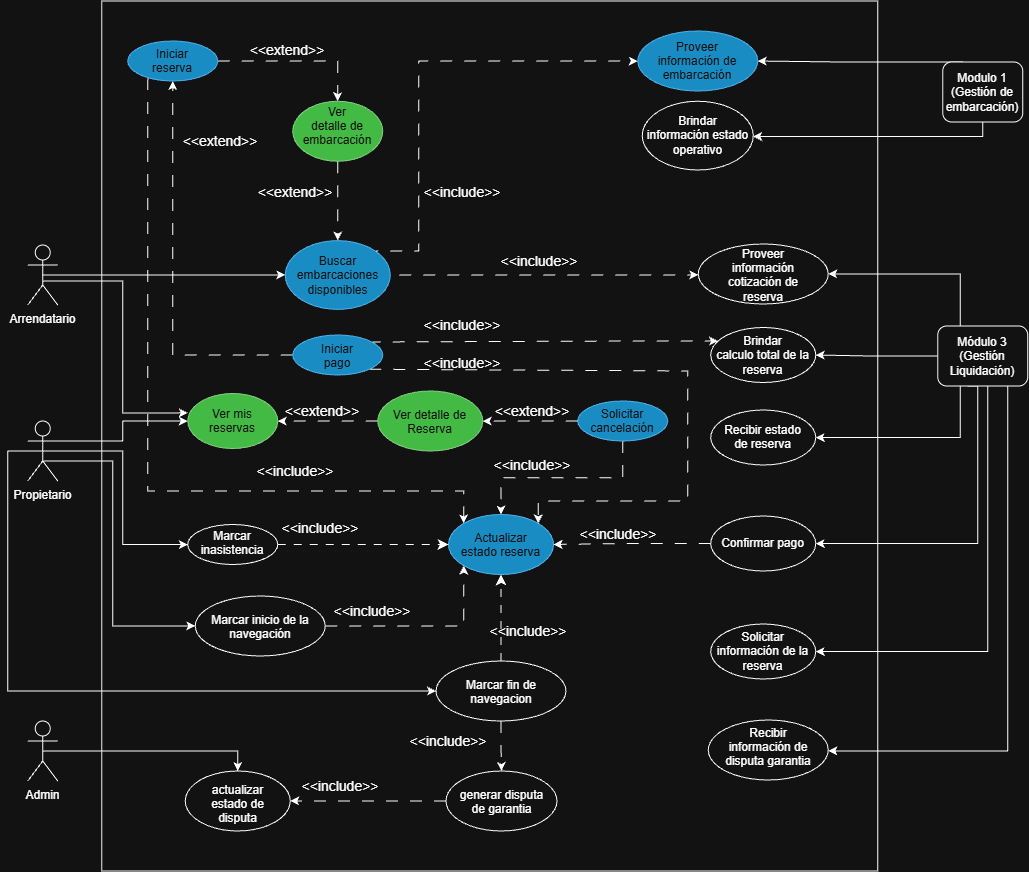
This is Documentación/diagrams/Sea-Share module-Modulo 2.drawio (6).png from Alyson2105/SeaShare-modulo-2, a draw.io export, as it was before one commit. Source tidied: cells renumbered, new cells last; positions are measured from the earlier drawing's top-left corner, leaving out a move shared by most shapes.
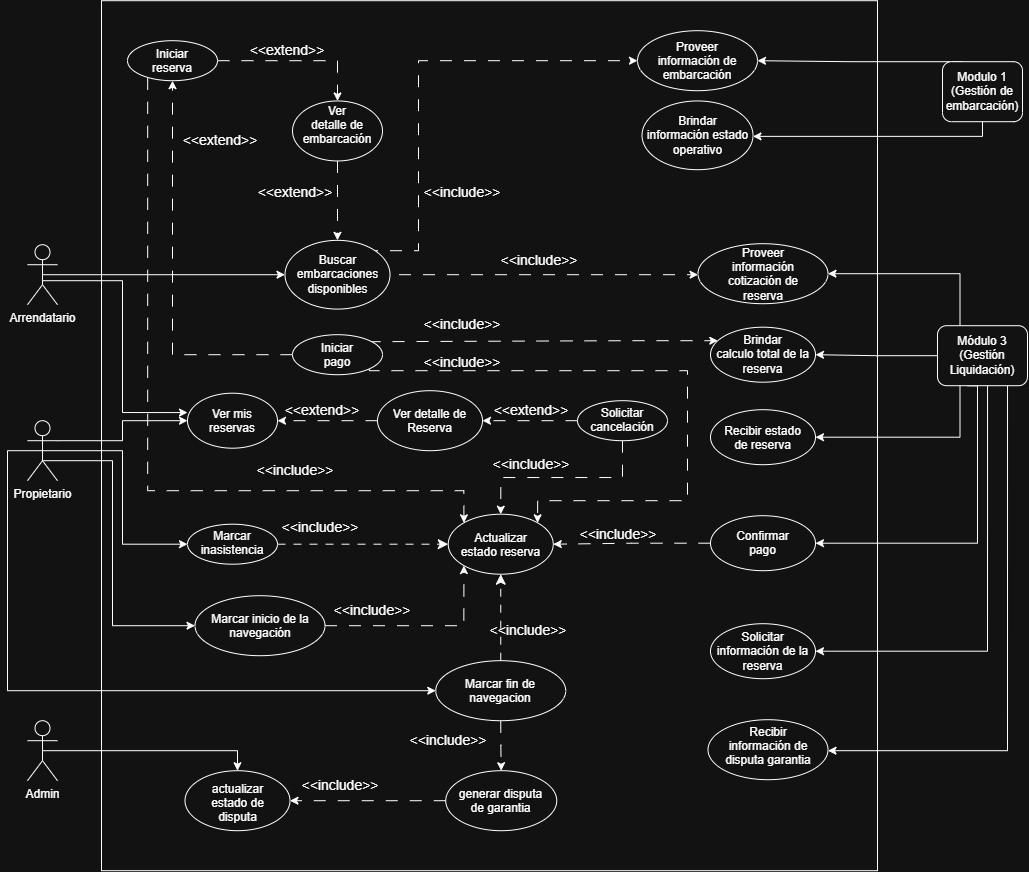
The same diagram one commit later.

Commit message:
Doc: modifiación de diagrama de casos de usos

Change to the diagram source:
```diff
@@ -52,13 +52,13 @@
     <mxCell id="12" style="edgeStyle=orthogonalEdgeStyle;rounded=0;jettySize=auto;html=1;exitX=0;exitY=0.5;exitDx=0;exitDy=0;entryX=0.5;entryY=1;entryDx=0;entryDy=0;dashed=1;dashPattern=12 12;" parent="1" edge="1" source="22" target="13">
       <mxGeometry relative="1" as="geometry" />
     </mxCell>
-    <mxCell id="13" value="Iniciar reserva" style="ellipse;whiteSpace=wrap;html=1;shapeInside=1;fillColor=#1ba1e2;fontColor=#ffffff;strokeColor=#006EAF;" parent="1" vertex="1">
+    <mxCell id="13" value="Iniciar reserva" style="ellipse;whiteSpace=wrap;html=1;shapeInside=1;" parent="1" vertex="1">
       <mxGeometry x="120" y="40" width="90" height="40" as="geometry" />
     </mxCell>
     <mxCell id="14" value="&lt;div&gt;Brindar calculo total de la reserva&lt;/div&gt;" style="ellipse;whiteSpace=wrap;html=1;shapeInside=1;" parent="1" vertex="1">
       <mxGeometry x="703" y="326.5" width="105" height="55" as="geometry" />
     </mxCell>
-    <mxCell id="15" value="&lt;div&gt;Actualizar estado reserva&lt;/div&gt;" style="ellipse;whiteSpace=wrap;html=1;shapeInside=1;fillColor=#1ba1e2;fontColor=#ffffff;strokeColor=#006EAF;" parent="1" vertex="1">
+    <mxCell id="15" value="&lt;div&gt;Actualizar estado reserva&lt;/div&gt;" style="ellipse;whiteSpace=wrap;html=1;shapeInside=1;" parent="1" vertex="1">
       <mxGeometry x="440.8" y="513.5" width="105" height="60" as="geometry" />
     </mxCell>
     <mxCell id="16" style="edgeStyle=orthogonalEdgeStyle;rounded=0;jettySize=auto;html=1;exitX=1;exitY=0.5;exitDx=0;exitDy=0;fontSize=12;startSize=8;endSize=8;dashed=1;dashPattern=8 8;" parent="1" edge="1" source="17" target="15">
@@ -70,7 +70,7 @@
     <mxCell id="18" style="edgeStyle=orthogonalEdgeStyle;rounded=0;jettySize=auto;html=1;exitX=0.5;exitY=1;exitDx=0;exitDy=0;entryX=0.5;entryY=0;entryDx=0;entryDy=0;dashed=1;dashPattern=12 12;" parent="1" edge="1" source="19" target="15">
       <mxGeometry relative="1" as="geometry" />
     </mxCell>
-    <mxCell id="19" value="Solicitar cancelación&lt;div&gt;&lt;br&gt;&lt;/div&gt;" style="ellipse;whiteSpace=wrap;html=1;shapeInside=1;fillColor=#1ba1e2;fontColor=#ffffff;strokeColor=#006EAF;" parent="1" vertex="1">
+    <mxCell id="19" value="Solicitar cancelación&lt;div&gt;&lt;br&gt;&lt;/div&gt;" style="ellipse;whiteSpace=wrap;html=1;shapeInside=1;" parent="1" vertex="1">
       <mxGeometry x="570" y="400" width="90" height="40" as="geometry" />
     </mxCell>
     <mxCell id="20" style="edgeStyle=orthogonalEdgeStyle;rounded=0;jettySize=auto;html=1;exitX=0.845;exitY=0.175;exitDx=0;exitDy=0;dashed=1;dashPattern=12 12;exitPerimeter=0;" parent="1" edge="1" source="22" target="14">
@@ -91,7 +91,7 @@
         </Array>
       </mxGeometry>
     </mxCell>
-    <mxCell id="22" value="Iniciar pago" style="ellipse;whiteSpace=wrap;html=1;shapeInside=1;fillColor=#1ba1e2;fontColor=#ffffff;strokeColor=#006EAF;" parent="1" vertex="1">
+    <mxCell id="22" value="Iniciar pago" style="ellipse;whiteSpace=wrap;html=1;shapeInside=1;" parent="1" vertex="1">
       <mxGeometry x="285" y="334" width="90" height="40" as="geometry" />
     </mxCell>
     <mxCell id="23" value="&amp;lt;&amp;lt;include&amp;gt;&amp;gt;" style="text;html=1;whiteSpace=wrap;strokeColor=none;fillColor=none;align=center;verticalAlign=middle;rounded=0;fontSize=14;rotation=0;" parent="1" vertex="1">
@@ -114,7 +114,7 @@
     <mxCell id="26" value="Modulo 1 (Gestión de embarcación)" style="rounded=1;whiteSpace=wrap;html=1;" parent="1" vertex="1">
       <mxGeometry x="935" y="61" width="80" height="60" as="geometry" />
     </mxCell>
-    <mxCell id="27" value="Proveer información de embarcación" style="ellipse;whiteSpace=wrap;html=1;shapeInside=1;fillColor=#1ba1e2;fontColor=#ffffff;strokeColor=#006EAF;" parent="1" vertex="1">
+    <mxCell id="27" value="Proveer información de embarcación" style="ellipse;whiteSpace=wrap;html=1;shapeInside=1;" parent="1" vertex="1">
       <mxGeometry x="630" y="30" width="120" height="60" as="geometry" />
     </mxCell>
     <mxCell id="28" style="edgeStyle=orthogonalEdgeStyle;rounded=0;orthogonalLoop=1;jettySize=auto;html=1;innerLoopWaypoints=1;exitX=0.5;exitY=1;exitDx=0;exitDy=0;" parent="1" edge="1" source="19" target="19">
@@ -224,7 +224,7 @@
         </Array>
       </mxGeometry>
     </mxCell>
-    <mxCell id="56" value="Buscar embarcaciones disponibles" style="ellipse;whiteSpace=wrap;html=1;shapeInside=1;fillColor=#1ba1e2;fontColor=#ffffff;strokeColor=#006EAF;" parent="1" vertex="1">
+    <mxCell id="56" value="Buscar embarcaciones disponibles" style="ellipse;whiteSpace=wrap;html=1;shapeInside=1;" parent="1" vertex="1">
       <mxGeometry x="277.5" y="239.6" width="105" height="68.8" as="geometry" />
     </mxCell>
     <mxCell id="57" value="&amp;lt;&amp;lt;extend&amp;gt;&amp;gt;" style="text;html=1;whiteSpace=wrap;strokeColor=none;fillColor=none;align=center;verticalAlign=middle;rounded=0;fontSize=14;rotation=0;" parent="1" vertex="1">
@@ -266,7 +266,7 @@
     <mxCell id="69" style="edgeStyle=orthogonalEdgeStyle;rounded=0;jettySize=auto;html=1;exitX=0.5;exitY=1;exitDx=0;exitDy=0;entryX=0.5;entryY=0;entryDx=0;entryDy=0;dashed=1;dashPattern=12 12;" parent="1" edge="1" source="70" target="56">
       <mxGeometry relative="1" as="geometry" />
     </mxCell>
-    <mxCell id="70" value="Ver detalle de embarcación" style="ellipse;whiteSpace=wrap;html=1;shapeInside=1;fillColor=#008a00;fontColor=#ffffff;strokeColor=#005700;" parent="1" vertex="1">
+    <mxCell id="70" value="Ver detalle de embarcación" style="ellipse;whiteSpace=wrap;html=1;shapeInside=1;" parent="1" vertex="1">
       <mxGeometry x="285" y="100.2" width="90" height="60" as="geometry" />
     </mxCell>
     <mxCell id="71" value="&amp;lt;&amp;lt;extend&amp;gt;&amp;gt;" style="text;html=1;whiteSpace=wrap;strokeColor=none;fillColor=none;align=center;verticalAlign=middle;rounded=0;fontSize=14;rotation=0;" parent="1" vertex="1">
@@ -275,7 +275,7 @@
     <mxCell id="72" style="edgeStyle=orthogonalEdgeStyle;rounded=0;jettySize=auto;html=1;exitX=0;exitY=0.5;exitDx=0;exitDy=0;entryX=1;entryY=0.5;entryDx=0;entryDy=0;dashed=1;dashPattern=12 12;" parent="1" edge="1" source="78" target="73">
       <mxGeometry relative="1" as="geometry" />
     </mxCell>
-    <mxCell id="73" value="&lt;div&gt;Ver mis reservas&lt;/div&gt;" style="ellipse;whiteSpace=wrap;html=1;shapeInside=1;fillColor=#008a00;fontColor=#ffffff;strokeColor=#005700;" parent="1" vertex="1">
+    <mxCell id="73" value="&lt;div&gt;Ver mis reservas&lt;/div&gt;" style="ellipse;whiteSpace=wrap;html=1;shapeInside=1;" parent="1" vertex="1">
       <mxGeometry x="180" y="392.5" width="90" height="55" as="geometry" />
     </mxCell>
     <mxCell id="74" style="edgeStyle=orthogonalEdgeStyle;rounded=0;jettySize=auto;html=1;exitX=0.5;exitY=0.5;exitDx=0;exitDy=0;exitPerimeter=0;entryX=0;entryY=0.352;entryDx=0;entryDy=0;entryPerimeter=0;" parent="1" edge="1" source="9" target="73">
@@ -296,7 +296,7 @@
     <mxCell id="77" style="edgeStyle=orthogonalEdgeStyle;rounded=0;jettySize=auto;html=1;exitX=0;exitY=0.5;exitDx=0;exitDy=0;entryX=1;entryY=0.5;entryDx=0;entryDy=0;dashed=1;dashPattern=12 12;" parent="1" edge="1" source="19" target="78">
       <mxGeometry relative="1" as="geometry" />
     </mxCell>
-    <mxCell id="78" value="Ver detalle de Reserva" style="ellipse;whiteSpace=wrap;html=1;shapeInside=1;fillColor=#008a00;fontColor=#ffffff;strokeColor=#005700;" parent="1" vertex="1">
+    <mxCell id="78" value="Ver detalle de Reserva" style="ellipse;whiteSpace=wrap;html=1;shapeInside=1;" parent="1" vertex="1">
       <mxGeometry x="370" y="390" width="105" height="60" as="geometry" />
     </mxCell>
     <mxCell id="79" value="&amp;lt;&amp;lt;extend&amp;gt;&amp;gt;" style="text;html=1;whiteSpace=wrap;strokeColor=none;fillColor=none;align=center;verticalAlign=middle;rounded=0;fontSize=14;rotation=0;" parent="1" vertex="1">
```
